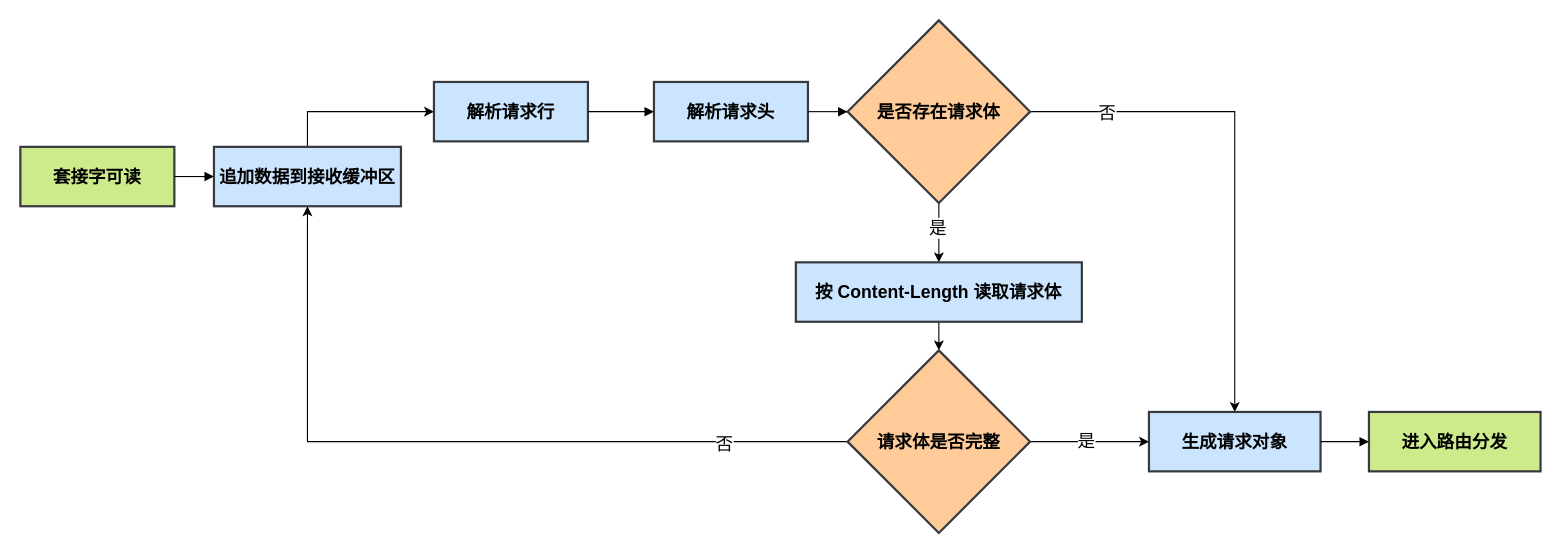
Before: 状态机.drawio in vldzyzy/special-waffle, a draw.io diagram. Source tidied: cells renumbered, new cells numbered last; positions are measured from the earlier drawing's top-left corner, leaving out a move shared by most shapes. Both pictures are drawn from the tidied source at 110%, with x=0, y=0 at pixel (20, 20).
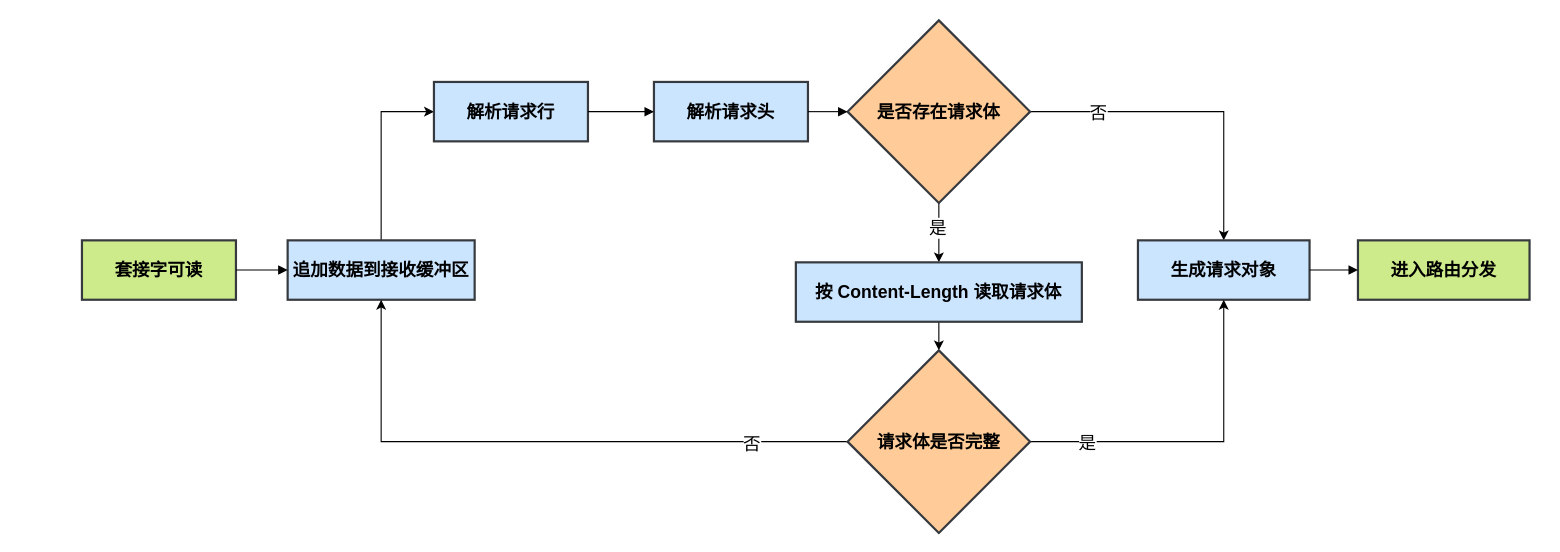
After the change.

Commit message:
更新状态机.drawio

Unchanged cells that the change refers to:
```xml
<mxCell id="9" style="edgeStyle=orthogonalEdgeStyle;rounded=0;jettySize=auto;html=1;exitX=1;exitY=0.5;exitDx=0;exitDy=0;entryX=0.5;entryY=0;entryDx=0;entryDy=0;" parent="1" edge="1" source="11" target="12">
  <mxGeometry relative="1" as="geometry" />
</mxCell>
<mxCell id="19" value="请求体是否完整" style="rhombus;strokeWidth=2;whiteSpace=wrap;fillColor=#ffcc99;strokeColor=#36393d;fontSize=16;fontStyle=1;" parent="1" vertex="1">
  <mxGeometry x="752" y="300" width="166" height="166" as="geometry" />
</mxCell>
```

The edit, as a diff of the source:
```diff
@@
     <mxCell id="2" value="套接字可读" style="whiteSpace=wrap;strokeWidth=2;fillColor=#cdeb8b;strokeColor=#36393d;fontSize=16;fontStyle=1;" parent="1" vertex="1">
-      <mxGeometry y="115" width="140" height="54" as="geometry" />
+      <mxGeometry x="56" y="200" width="140" height="54" as="geometry" />
     </mxCell>
@@
     <mxCell id="4" value="追加数据到接收缓冲区" style="whiteSpace=wrap;strokeWidth=2;fillColor=#cce5ff;strokeColor=#36393d;fontSize=16;fontStyle=1;" parent="1" vertex="1">
-      <mxGeometry x="176" y="115" width="170" height="54" as="geometry" />
+      <mxGeometry x="243" y="200" width="170" height="54" as="geometry" />
     </mxCell>
@@
     <mxCell id="10" value="否" style="edgeLabel;html=1;align=center;verticalAlign=middle;fontSize=16;" parent="9" vertex="1">
-      <mxGeometry x="-0.7" relative="1" as="geometry" />
+      <mxGeometry x="-0.7" relative="1" as="geometry">
+        <mxPoint x="17" as="offset" />
+      </mxGeometry>
     </mxCell>
@@
     <mxCell id="12" value="生成请求对象" style="whiteSpace=wrap;strokeWidth=2;fillColor=#cce5ff;strokeColor=#36393d;fontSize=16;fontStyle=1;" parent="1" vertex="1">
-      <mxGeometry x="1026" y="356" width="156" height="54" as="geometry" />
+      <mxGeometry x="1016" y="200" width="156" height="54" as="geometry" />
     </mxCell>
@@
+    <mxCell id="17" style="edgeStyle=orthogonalEdgeStyle;rounded=0;jettySize=auto;html=1;exitX=0;exitY=0.5;exitDx=0;exitDy=0;entryX=0.5;entryY=1;entryDx=0;entryDy=0;curved=0;fontSize=11;" parent="1" edge="1" source="19" target="4">
+      <mxGeometry relative="1" as="geometry" />
+    </mxCell>
+    <mxCell id="18" value="否" style="edgeLabel;html=1;align=center;verticalAlign=middle;fontSize=16;" parent="17" vertex="1">
+      <mxGeometry x="-0.68" y="1" relative="1" as="geometry" />
+    </mxCell>
-    <mxCell id="15" style="edgeStyle=orthogonalEdgeStyle;rounded=0;jettySize=auto;html=1;exitX=1;exitY=0.5;exitDx=0;exitDy=0;entryX=0;entryY=0.5;entryDx=0;entryDy=0;" parent="1" edge="1" source="19" target="12">
+    <mxCell id="15" style="edgeStyle=orthogonalEdgeStyle;rounded=0;jettySize=auto;html=1;exitX=1;exitY=0.5;exitDx=0;exitDy=0;entryX=0.5;entryY=1;entryDx=0;entryDy=0;" parent="1" edge="1" source="19" target="12">
       <mxGeometry relative="1" as="geometry" />
     </mxCell>
     <mxCell id="16" value="是" style="edgeLabel;html=1;align=center;verticalAlign=middle;fontSize=16;" parent="15" vertex="1">
-      <mxGeometry x="-0.08" y="2" relative="1" as="geometry" />
+      <mxGeometry x="-0.15" y="4" relative="1" as="geometry">
+        <mxPoint x="-79" y="4" as="offset" />
+      </mxGeometry>
     </mxCell>
-    <mxCell id="17" style="edgeStyle=orthogonalEdgeStyle;rounded=0;jettySize=auto;html=1;exitX=0;exitY=0.5;exitDx=0;exitDy=0;entryX=0.5;entryY=1;entryDx=0;entryDy=0;curved=0;fontSize=11;" parent="1" edge="1" source="19" target="4">
-      <mxGeometry relative="1" as="geometry" />
-    </mxCell>
-    <mxCell id="18" value="否" style="edgeLabel;html=1;align=center;verticalAlign=middle;fontSize=16;" parent="17" vertex="1">
-      <mxGeometry x="-0.68" y="1" relative="1" as="geometry" />
-    </mxCell>
@@
     <mxCell id="20" value="进入路由分发" style="whiteSpace=wrap;strokeWidth=2;fillColor=#cdeb8b;strokeColor=#36393d;fontSize=16;fontStyle=1;" parent="1" vertex="1">
-      <mxGeometry x="1226" y="356" width="156" height="54" as="geometry" />
+      <mxGeometry x="1216" y="200" width="156" height="54" as="geometry" />
     </mxCell>
```
